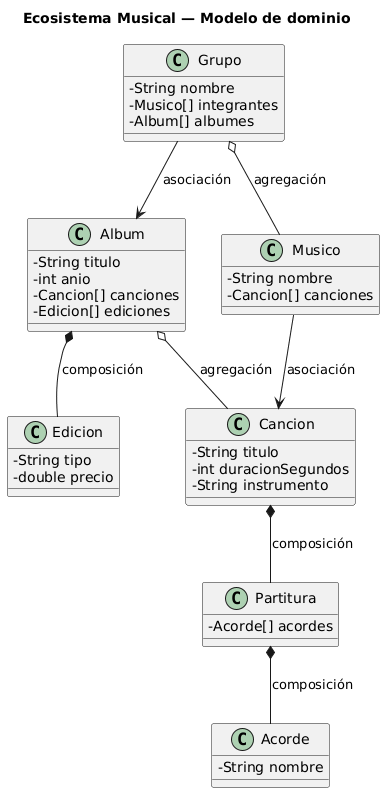
mmasias/25-26-IDSW2 keeps this PlantUML diagram as entregas/roseteEirik/images/modeloDominio.png. Above is the earlier version.
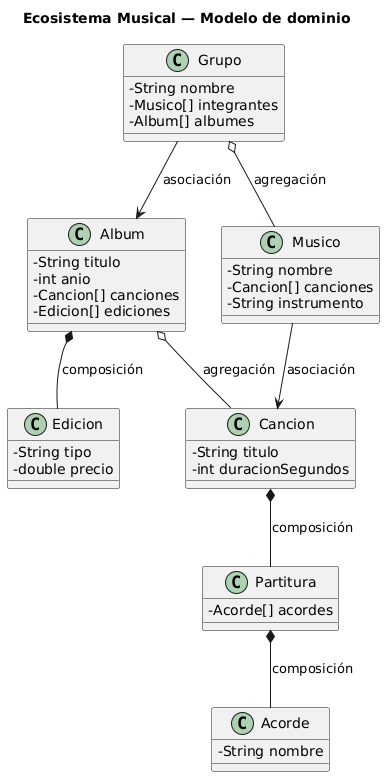
The same diagram one commit later.

Commit message:
feat: adding object diagram and correcting domain model attributes

The edit, as a diff of the source:
```diff
@@ -7,7 +7,6 @@
 class Cancion {
     -String titulo
     -int duracionSegundos
-    -String instrumento
 }
 
 class Partitura {
@@ -33,6 +32,7 @@
 class Musico {
     -String nombre
     -Cancion[] canciones
+    -String instrumento
 }
 
 class Grupo {
```
